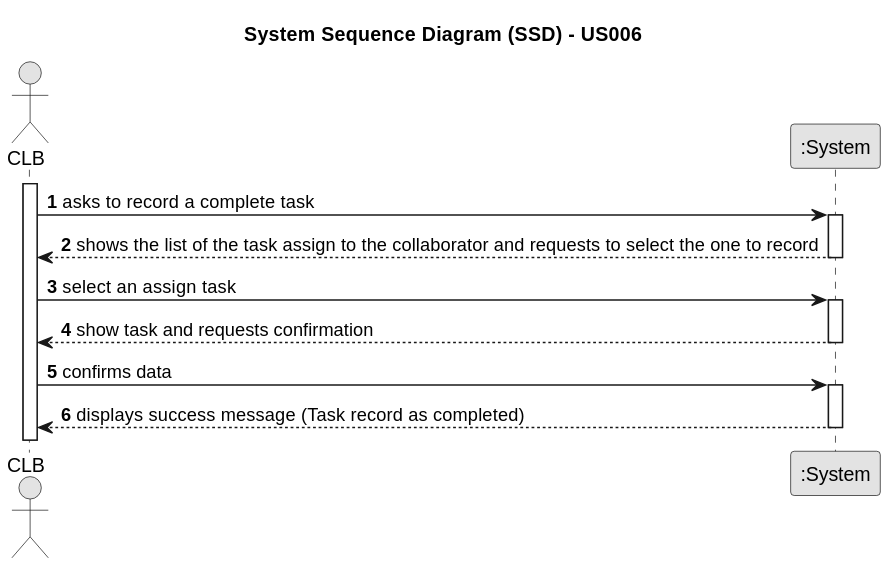
Before: docs/sprintC/us029/01.requirements-engineering/svg/us029-system-sequence-diagram-alternative-one.svg, a diagram exported from PlantUML (ricardomm7/leaflink).
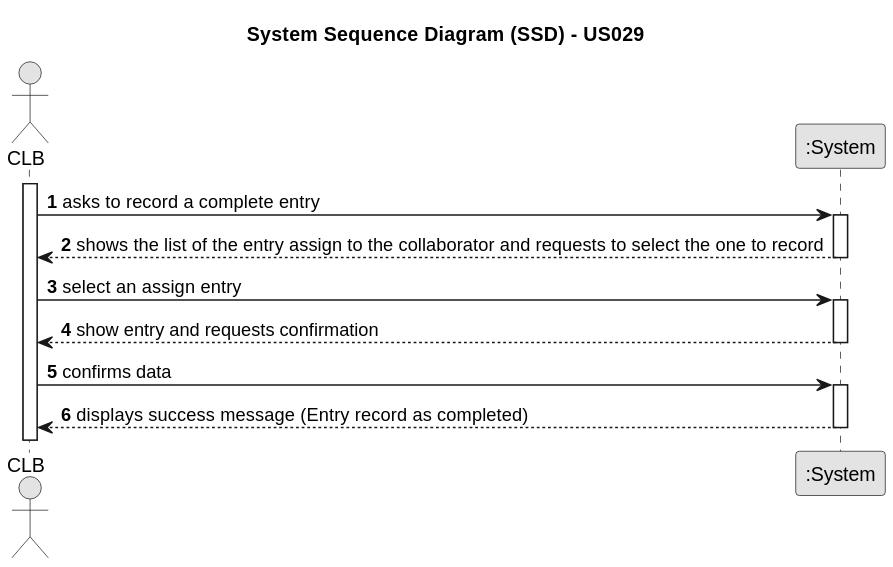
The same diagram one commit later.

The edit, as a diff of the source:
```diff
@@ -3,7 +3,7 @@
 skinparam packageStyle rectangle
 skinparam shadowing false
 
-title System Sequence Diagram (SSD) - US006
+title System Sequence Diagram (SSD) - US029
 
 autonumber
 
@@ -12,22 +12,22 @@
 
 activate CLB
 
-    CLB -> System : asks to record a complete task
+    CLB -> System : asks to record a complete entry
     activate System
 
-        System --> CLB : shows the list of the task assign to the collaborator and requests to select the one to record
+        System --> CLB : shows the list of the entry assign to the collaborator and requests to select the one to record
     deactivate System
 
-    CLB -> System : select an assign task
+    CLB -> System : select an assign entry
 
     activate System
 
-        System --> CLB : show task and requests confirmation
+        System --> CLB : show entry and requests confirmation
     deactivate System
 
     CLB -> System : confirms data
     activate System
 
-        System --> CLB :  displays success message (Task record as completed)
+        System --> CLB :  displays success message (Entry record as completed)
     deactivate System
 @enduml
```
